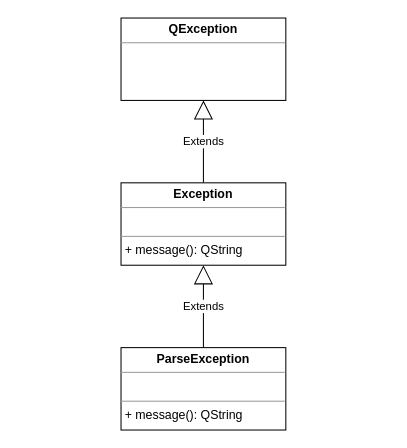
Earlier version of the draw.io diagram page "exceptions" (3 of 9) of toolsDB.drawio (behej/toolsDB). Source tidied: cells renumbered, new cells numbered last; positions are measured from the earlier drawing's top-left corner, leaving out a move shared by most shapes. Both pictures are drawn from the tidied source at 103%, with x=0, y=0 at pixel (121, 18).
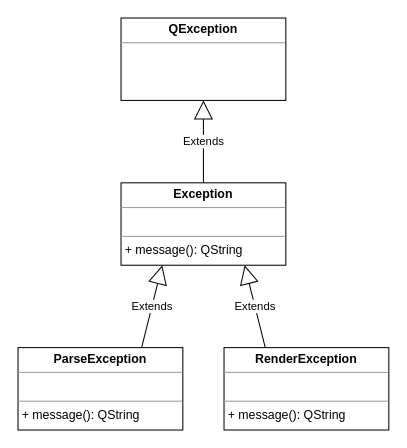
After the change.

The edit, as a diff of the source:
```diff
@@
 <mxGraphModel>
   <root>
     <mxCell id="0" />
     <mxCell id="1" parent="0" />
     <mxCell id="2" value="&lt;p style=&quot;margin: 0px ; margin-top: 4px ; text-align: center&quot;&gt;&lt;b&gt;QException&lt;/b&gt;&lt;/p&gt;&lt;hr size=&quot;1&quot;&gt;&lt;div style=&quot;height: 2px&quot;&gt;&lt;/div&gt;" style="verticalAlign=top;align=left;overflow=fill;fontSize=12;fontFamily=Helvetica;html=1;" parent="1" vertex="1">
       <mxGeometry width="160" height="80" as="geometry" />
     </mxCell>
-    <mxCell id="3" value="Extends" style="endArrow=block;endSize=16;endFill=0;html=1;entryX=0.5;entryY=1;entryDx=0;entryDy=0;exitX=0.5;exitY=0;exitDx=0;exitDy=0;" parent="1" edge="1" source="6" target="5">
+    <mxCell id="3" value="Extends" style="endArrow=block;endSize=16;endFill=0;html=1;entryX=0.25;entryY=1;entryDx=0;entryDy=0;exitX=0.75;exitY=0;exitDx=0;exitDy=0;" parent="1" edge="1" source="6" target="5">
       <mxGeometry relative="1" as="geometry" />
     </mxCell>
     <mxCell id="4" value="Extends" style="endArrow=block;endSize=16;endFill=0;html=1;entryX=0.5;entryY=1;entryDx=0;entryDy=0;exitX=0.5;exitY=0;exitDx=0;exitDy=0;" parent="1" edge="1" source="5" target="2">
       <mxGeometry relative="1" as="geometry" />
     </mxCell>
     <mxCell id="5" value="&lt;p style=&quot;margin: 0px ; margin-top: 4px ; text-align: center&quot;&gt;&lt;b&gt;Exception&lt;/b&gt;&lt;/p&gt;&lt;hr size=&quot;1&quot;&gt;&lt;p style=&quot;margin: 0px ; margin-left: 4px&quot;&gt;&lt;br&gt;&lt;/p&gt;&lt;hr size=&quot;1&quot;&gt;&lt;p style=&quot;margin: 0px ; margin-left: 4px&quot;&gt;+ message(): QString&lt;/p&gt;" style="verticalAlign=top;align=left;overflow=fill;fontSize=12;fontFamily=Helvetica;html=1;" parent="1" vertex="1">
       <mxGeometry y="160" width="160" height="80" as="geometry" />
     </mxCell>
     <mxCell id="6" value="&lt;p style=&quot;margin: 0px ; margin-top: 4px ; text-align: center&quot;&gt;&lt;b&gt;ParseException&lt;/b&gt;&lt;/p&gt;&lt;hr size=&quot;1&quot;&gt;&lt;p style=&quot;margin: 0px ; margin-left: 4px&quot;&gt;&lt;br&gt;&lt;/p&gt;&lt;hr size=&quot;1&quot;&gt;&lt;p style=&quot;margin: 0px ; margin-left: 4px&quot;&gt;+ message(): QString&lt;/p&gt;" style="verticalAlign=top;align=left;overflow=fill;fontSize=12;fontFamily=Helvetica;html=1;" parent="1" vertex="1">
-      <mxGeometry y="320" width="160" height="80" as="geometry" />
+      <mxGeometry x="-100" y="320" width="160" height="80" as="geometry" />
     </mxCell>
+    <mxCell id="7" value="&lt;p style=&quot;margin: 0px ; margin-top: 4px ; text-align: center&quot;&gt;&lt;b&gt;RenderException&lt;/b&gt;&lt;/p&gt;&lt;hr size=&quot;1&quot;&gt;&lt;p style=&quot;margin: 0px ; margin-left: 4px&quot;&gt;&lt;br&gt;&lt;/p&gt;&lt;hr size=&quot;1&quot;&gt;&lt;p style=&quot;margin: 0px ; margin-left: 4px&quot;&gt;+ message(): QString&lt;/p&gt;" style="verticalAlign=top;align=left;overflow=fill;fontSize=12;fontFamily=Helvetica;html=1;" parent="1" vertex="1">
+      <mxGeometry x="100" y="320" width="160" height="80" as="geometry" />
+    </mxCell>
+    <mxCell id="8" value="Extends" style="endArrow=block;endSize=16;endFill=0;html=1;entryX=0.75;entryY=1;entryDx=0;entryDy=0;exitX=0.25;exitY=0;exitDx=0;exitDy=0;" parent="1" edge="1" source="7" target="5">
+      <mxGeometry relative="1" as="geometry" />
+    </mxCell>
   </root>
 </mxGraphModel>
```
